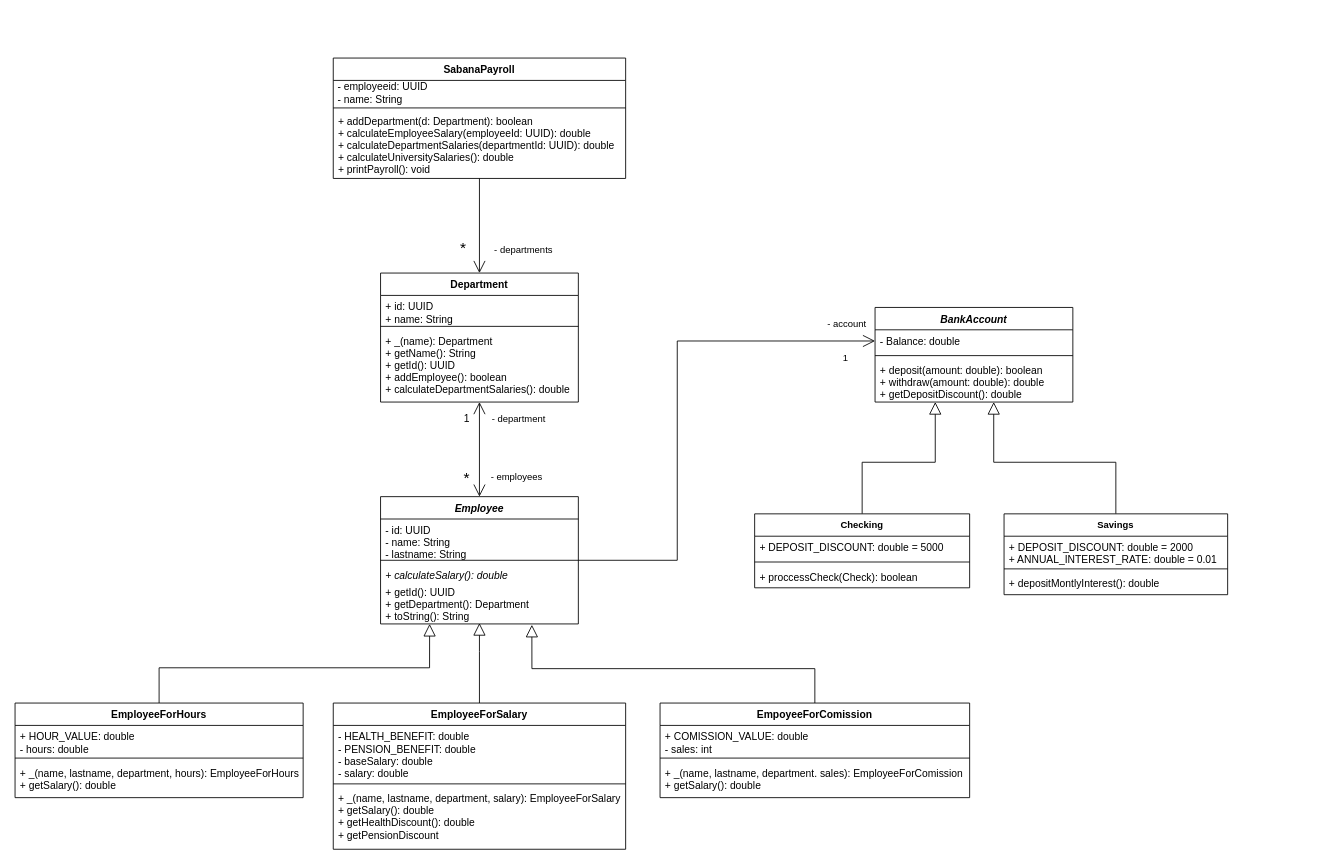
Earlier version of the draw.io diagram diagrams/sabanapayroll-class-diagram.drawio (Cafeleyos/MUNOZ-SANTOS-SABANA-POOB-2021-1-LAB-ABSTRACT-CLASS). Source tidied: cells renumbered, new cells numbered last; positions are measured from the earlier drawing's top-left corner, leaving out a move shared by most shapes. Both pictures are drawn from the tidied source at 86%, with x=0, y=0 at pixel (15, 58).
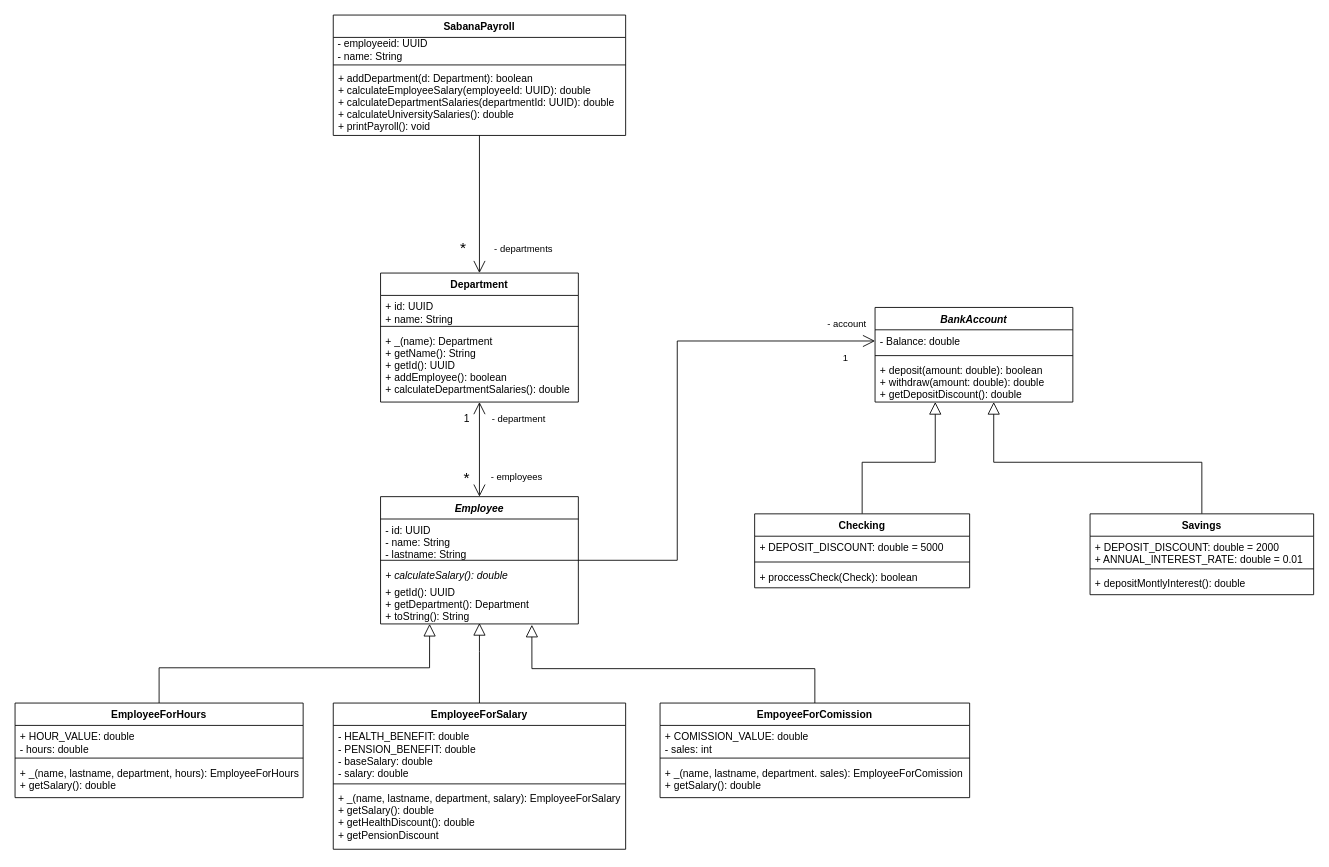
The same page after the edit.

Unchanged cells that the change refers to:
```xml
<mxCell id="2" style="edgeStyle=orthogonalEdgeStyle;rounded=0;jettySize=auto;html=1;entryX=0.5;entryY=0;entryDx=0;entryDy=0;endArrow=open;endFill=0;endSize=12;" parent="1" edge="1" source="5" target="10">
  <mxGeometry relative="1" as="geometry" />
</mxCell>
<mxCell id="42" value="+ deposit(amount: double): boolean&#10;+ withdraw(amount: double): double&#10;+ getDepositDiscount(): double" style="text;strokeColor=none;fillColor=none;align=left;verticalAlign=top;spacingLeft=4;spacingRight=4;overflow=hidden;points=[[0,0.5],[1,0.5]];portConstraint=eastwest;" parent="39" vertex="1">
  <mxGeometry y="60" width="230" height="50" as="geometry" />
</mxCell>
```

Diff of the diagram source:
```diff
@@
     <mxCell id="3" value="*" style="edgeLabel;html=1;align=center;verticalAlign=middle;fontSize=18;" parent="2" vertex="1">
       <mxGeometry x="-0.24" y="1" relative="1" as="geometry">
-        <mxPoint x="-21" y="38" as="offset" />
+        <mxPoint x="-21" y="69" as="offset" />
       </mxGeometry>
     </mxCell>
     <mxCell id="4" value="&lt;font style=&quot;font-size: 11px&quot;&gt;- departments&lt;/font&gt;" style="edgeLabel;html=1;align=center;verticalAlign=middle;fontSize=18;" parent="2" vertex="1">
       <mxGeometry x="-0.37" y="1" relative="1" as="geometry">
-        <mxPoint x="49" y="45" as="offset" />
+        <mxPoint x="49" y="79" as="offset" />
       </mxGeometry>
     </mxCell>
     <mxCell id="5" value="SabanaPayroll" style="swimlane;fontStyle=1;align=center;verticalAlign=top;horizontal=1;startSize=26;" parent="1" vertex="1">
-      <mxGeometry x="370" width="340" height="140" as="geometry" />
+      <mxGeometry x="370" y="-50" width="340" height="140" as="geometry" />
     </mxCell>
@@
-    <mxCell id="8" value="+ addDepartment(d: Department): boolean&#10;+ calculateEmployeeSalary(employeeId: UUID): double&#10;+ calculateDepartmentSalaries(departmentId: UUID): double&#10;+ calculateUniversitySalaries(): double&#10;+ printPayroll(): void" style="text;strokeColor=none;fillColor=none;align=left;verticalAlign=top;spacingLeft=4;spacingRight=4;overflow=hidden;" parent="5" vertex="1">
+    <mxCell id="8" value="+ addDepartment(d: Department): boolean&#10;+ calculateEmployeeSalary(employeeId: UUID): double&#10;+ calculateDepartmentSalaries(departmentId: UUID): double&#10;+ calculateUniversitySalaries(): double&#10;+ printPayroll(): void&#10;" style="text;strokeColor=none;fillColor=none;align=left;verticalAlign=top;spacingLeft=4;spacingRight=4;overflow=hidden;" parent="5" vertex="1">
       <mxGeometry y="60" width="340" height="80" as="geometry" />
     </mxCell>
@@
-    <mxCell id="44" value="Checking" style="swimlane;fontStyle=1;align=center;verticalAlign=top;horizontal=1;startSize=26;fontSize=11;" parent="1" vertex="1">
+    <mxCell id="44" value="Checking" style="swimlane;fontStyle=1;align=center;verticalAlign=top;horizontal=1;startSize=26;fontSize=12;" parent="1" vertex="1">
       <mxGeometry x="860" y="530" width="250" height="86" as="geometry" />
     </mxCell>
@@
     <mxCell id="48" style="edgeStyle=orthogonalEdgeStyle;rounded=0;jettySize=auto;html=1;labelBackgroundColor=none;endArrow=block;endFill=0;endSize=12;strokeWidth=1;fontSize=11;" parent="1" edge="1" source="49" target="42">
       <mxGeometry relative="1" as="geometry">
         <Array as="points">
-          <mxPoint x="1280" y="470" />
+          <mxPoint x="1380" y="470" />
           <mxPoint x="1138" y="470" />
         </Array>
       </mxGeometry>
     </mxCell>
-    <mxCell id="49" value="Savings" style="swimlane;fontStyle=1;align=center;verticalAlign=top;horizontal=1;startSize=26;fontSize=11;" parent="1" vertex="1">
-      <mxGeometry x="1150" y="530" width="260" height="94" as="geometry" />
+    <mxCell id="49" value="Savings" style="swimlane;fontStyle=1;align=center;verticalAlign=top;horizontal=1;startSize=26;fontSize=12;" parent="1" vertex="1">
+      <mxGeometry x="1250" y="530" width="260" height="94" as="geometry" />
     </mxCell>
```
